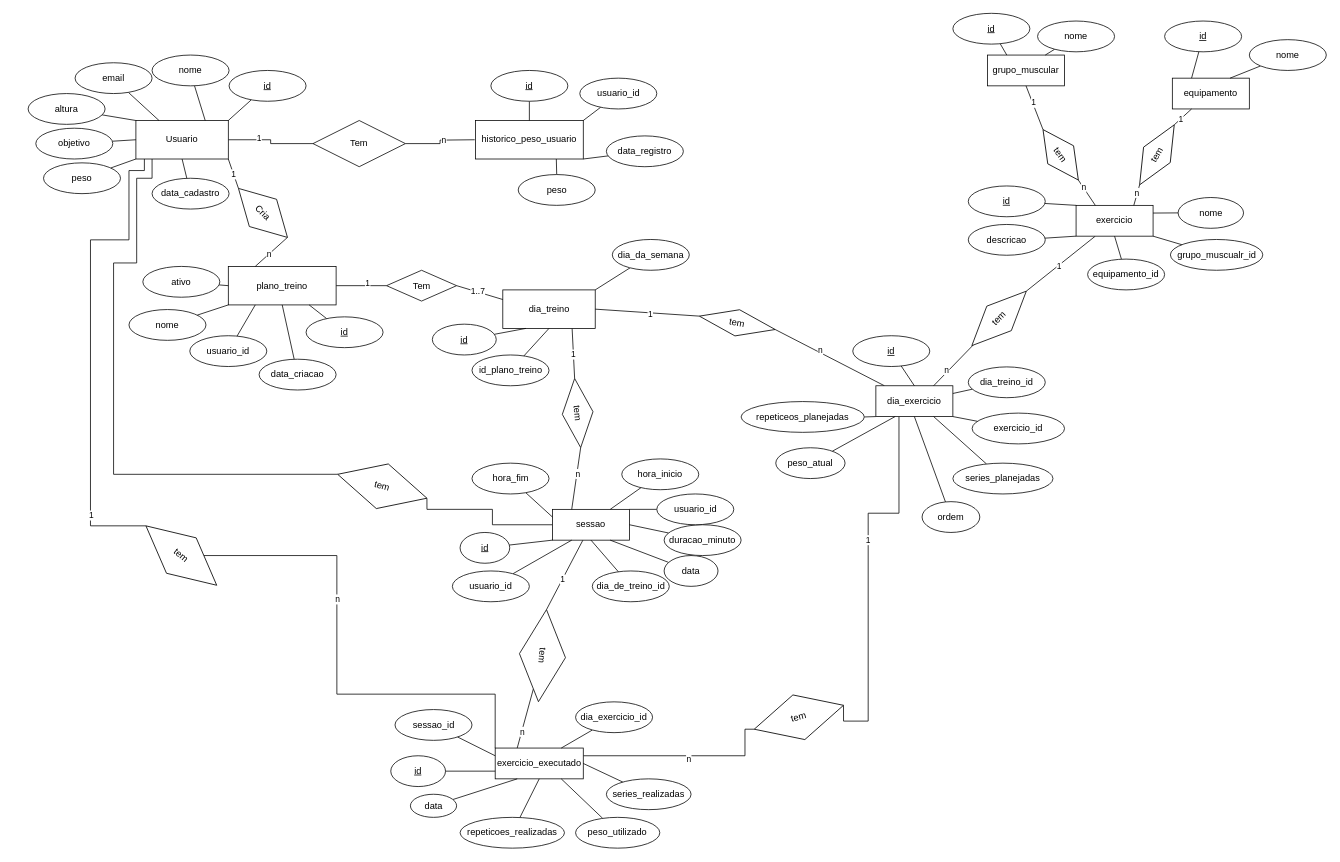
Before: docs/DER_GYMTRACKER.DRAWIO in SergioCostaczr/gymtracker-ambiente-dados, a draw.io diagram. Source tidied: cells renumbered, new cells numbered last; positions are measured from the earlier drawing's top-left corner, leaving out a move shared by most shapes. Both pictures are drawn from the tidied source at 77%, with x=0, y=0 at pixel (28, 13).
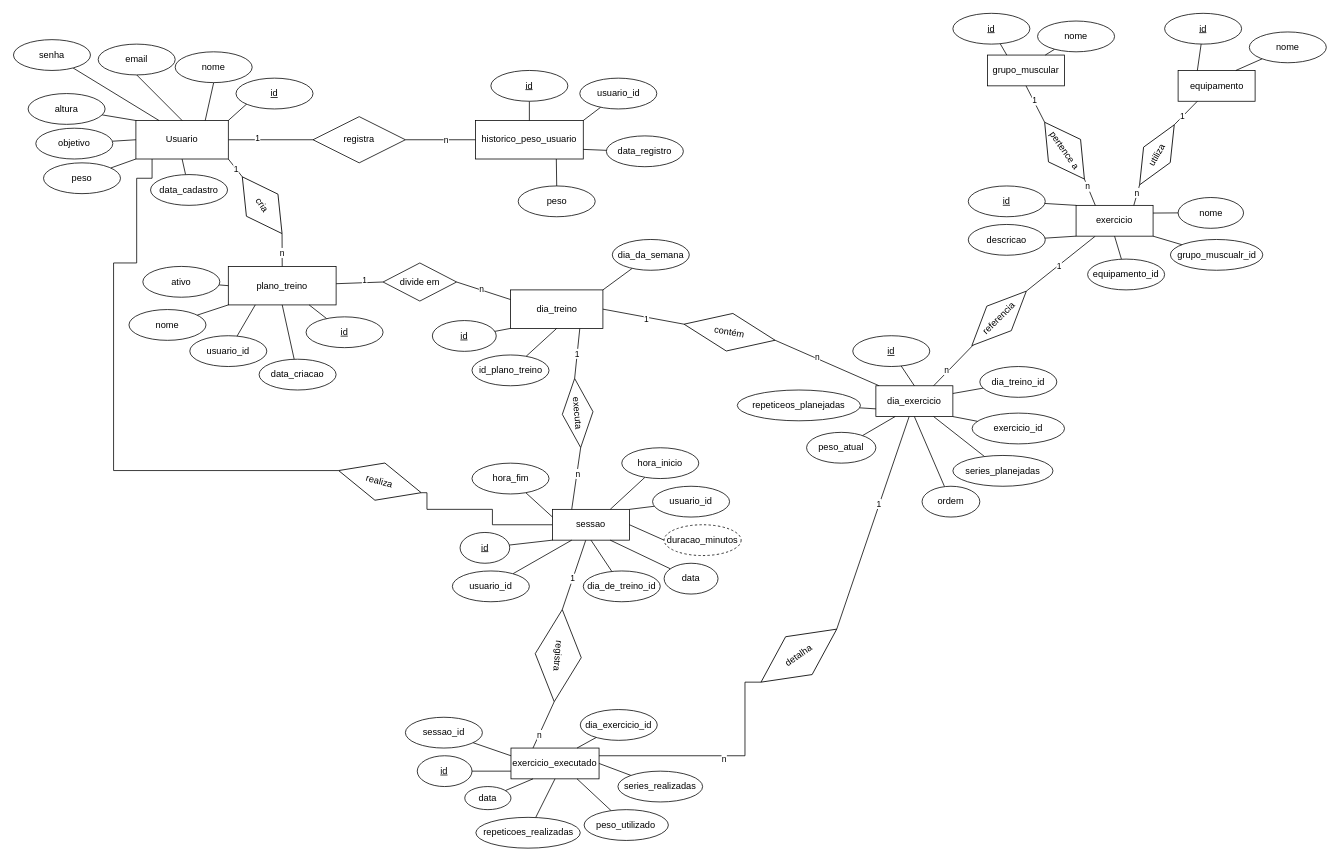
After the change.

Commit message (it also covers changes not shown here):
fix: corrije atributos e nome dos relacionamentos no diagrama DER

The change refers to these unchanged cells:
```xml
<mxCell id="7" value="Usuario" style="whiteSpace=wrap;html=1;align=center;" parent="1" vertex="1">
  <mxGeometry x="140" y="139" width="120" height="50" as="geometry" />
</mxCell>
<mxCell id="20" value="historico_peso_usuario" style="whiteSpace=wrap;html=1;align=center;" parent="1" vertex="1">
  <mxGeometry x="581" y="139" width="140" height="50" as="geometry" />
</mxCell>
<mxCell id="30" value="data_registro" style="ellipse;whiteSpace=wrap;html=1;align=center;" parent="1" vertex="1">
  <mxGeometry x="751" y="159" width="100" height="40" as="geometry" />
</mxCell>
<mxCell id="36" value="plano_treino" style="whiteSpace=wrap;html=1;align=center;" parent="1" vertex="1">
  <mxGeometry x="260" y="328.5" width="140" height="50" as="geometry" />
</mxCell>
<mxCell id="61" style="rounded=0;jettySize=auto;html=1;entryX=0;entryY=0.25;entryDx=0;entryDy=0;endArrow=none;endFill=0;exitX=1;exitY=0.5;exitDx=0;exitDy=0;" parent="1" edge="1" source="63" target="54">
  <mxGeometry relative="1" as="geometry" />
</mxCell>
<mxCell id="91" value="dia_exercicio" style="whiteSpace=wrap;html=1;align=center;" parent="1" vertex="1">
  <mxGeometry x="1101" y="483.5" width="100" height="40" as="geometry" />
</mxCell>
<mxCell id="125" value="sessao" style="whiteSpace=wrap;html=1;align=center;" parent="1" vertex="1">
  <mxGeometry x="681" y="644" width="100" height="40" as="geometry" />
</mxCell>
```

Change to the diagram source:
```diff
@@
-    <mxCell id="4" style="edgeStyle=orthogonalEdgeStyle;rounded=0;jettySize=auto;html=1;entryX=0;entryY=0.5;entryDx=0;entryDy=0;endArrow=none;endFill=0;" parent="1" edge="1" source="7" target="167">
-      <mxGeometry relative="1" as="geometry">
-        <Array as="points">
-          <mxPoint x="151" y="204" />
-          <mxPoint x="131" y="204" />
-          <mxPoint x="131" y="294" />
-          <mxPoint x="81" y="294" />
-          <mxPoint x="81" y="665" />
-        </Array>
-      </mxGeometry>
-    </mxCell>
-    <mxCell id="5" value="1" style="edgeLabel;html=1;align=center;verticalAlign=middle;" parent="4" vertex="1">
-      <mxGeometry x="0.72" relative="1" as="geometry" />
-    </mxCell>
     <mxCell id="6" style="edgeStyle=orthogonalEdgeStyle;rounded=0;jettySize=auto;html=1;entryX=0;entryY=0.5;entryDx=0;entryDy=0;endArrow=none;endFill=0;" parent="1" edge="1" source="7" target="169">
       <mxGeometry relative="1" as="geometry">
         <Array as="points">
           <mxPoint x="161" y="214" />
           <mxPoint x="141" y="214" />
           <mxPoint x="141" y="324" />
           <mxPoint x="111" y="324" />
-          <mxPoint x="111" y="599" />
+          <mxPoint x="111" y="594" />
+          <mxPoint x="403" y="594" />
         </Array>
       </mxGeometry>
     </mxCell>
@@
-    <mxCell id="8" style="rounded=0;jettySize=auto;html=1;entryX=0.75;entryY=0;entryDx=0;entryDy=0;endArrow=none;endFill=0;" parent="1" edge="1" target="7">
-      <mxGeometry relative="1" as="geometry">
-        <mxPoint x="216.1" y="93.9" as="sourcePoint" />
-      </mxGeometry>
+    <mxCell id="8" style="rounded=0;jettySize=auto;html=1;entryX=0.75;entryY=0;entryDx=0;entryDy=0;endArrow=none;endFill=0;exitX=0.5;exitY=1;exitDx=0;exitDy=0;" parent="1" edge="1" source="9" target="7">
+      <mxGeometry relative="1" as="geometry" />
     </mxCell>
     <mxCell id="9" value="nome" style="ellipse;whiteSpace=wrap;html=1;align=center;" parent="1" vertex="1">
-      <mxGeometry x="161" y="54" width="100" height="40" as="geometry" />
+      <mxGeometry x="191" y="49.8" width="100" height="40" as="geometry" />
     </mxCell>
-    <mxCell id="10" style="rounded=0;jettySize=auto;html=1;entryX=0.25;entryY=0;entryDx=0;entryDy=0;endArrow=none;endFill=0;" parent="1" edge="1" target="7">
-      <mxGeometry relative="1" as="geometry">
-        <mxPoint x="130" y="102.3" as="sourcePoint" />
-      </mxGeometry>
+    <mxCell id="10" style="rounded=0;jettySize=auto;html=1;entryX=0.5;entryY=0;entryDx=0;entryDy=0;endArrow=none;endFill=0;exitX=0.5;exitY=1;exitDx=0;exitDy=0;" parent="1" edge="1" source="11" target="7">
+      <mxGeometry relative="1" as="geometry" />
     </mxCell>
     <mxCell id="11" value="email" style="ellipse;whiteSpace=wrap;html=1;align=center;" parent="1" vertex="1">
-      <mxGeometry x="61" y="64" width="100" height="40" as="geometry" />
+      <mxGeometry x="91" y="39.8" width="100" height="40" as="geometry" />
     </mxCell>
@@
     <mxCell id="15" value="id" style="ellipse;whiteSpace=wrap;html=1;align=center;fontStyle=4;" parent="1" vertex="1">
-      <mxGeometry x="261" y="74" width="100" height="40" as="geometry" />
+      <mxGeometry x="270" y="84" width="100" height="40" as="geometry" />
     </mxCell>
@@
     <mxCell id="26" value="data_cadastro" style="ellipse;whiteSpace=wrap;html=1;align=center;" parent="1" vertex="1">
-      <mxGeometry x="161" y="214" width="100" height="40" as="geometry" />
+      <mxGeometry x="159" y="209.2" width="100" height="40" as="geometry" />
     </mxCell>
@@
     <mxCell id="28" value="peso" style="ellipse;whiteSpace=wrap;html=1;align=center;" parent="1" vertex="1">
-      <mxGeometry x="636.5" y="209.2" width="100" height="40" as="geometry" />
+      <mxGeometry x="636.5" y="224" width="100" height="40" as="geometry" />
     </mxCell>
-    <mxCell id="29" style="rounded=0;jettySize=auto;html=1;entryX=1;entryY=1;entryDx=0;entryDy=0;endArrow=none;endFill=0;" parent="1" edge="1" source="30" target="20">
+    <mxCell id="29" style="rounded=0;jettySize=auto;html=1;entryX=1;entryY=0.75;entryDx=0;entryDy=0;endArrow=none;endFill=0;" parent="1" edge="1" source="30" target="20">
       <mxGeometry relative="1" as="geometry" />
     </mxCell>
@@
-    <mxCell id="31" style="edgeStyle=orthogonalEdgeStyle;rounded=0;jettySize=auto;html=1;entryX=0;entryY=0.5;entryDx=0;entryDy=0;endArrow=none;endFill=0;" parent="1" edge="1" source="33">
-      <mxGeometry relative="1" as="geometry">
-        <mxPoint x="580" y="164" as="targetPoint" />
-      </mxGeometry>
+    <mxCell id="31" style="edgeStyle=orthogonalEdgeStyle;rounded=0;jettySize=auto;html=1;entryX=0;entryY=0.5;entryDx=0;entryDy=0;endArrow=none;endFill=0;" parent="1" edge="1" source="33" target="20">
+      <mxGeometry relative="1" as="geometry" />
     </mxCell>
@@
-    <mxCell id="33" value="Tem" style="shape=rhombus;perimeter=rhombusPerimeter;whiteSpace=wrap;html=1;align=center;" parent="1" vertex="1">
-      <mxGeometry x="370" y="139" width="120" height="60" as="geometry" />
+    <mxCell id="33" value="registra" style="shape=rhombus;perimeter=rhombusPerimeter;whiteSpace=wrap;html=1;align=center;" parent="1" vertex="1">
+      <mxGeometry x="370" y="134" width="120" height="60" as="geometry" />
     </mxCell>
@@
-    <mxCell id="47" style="rounded=0;jettySize=auto;html=1;exitX=1;exitY=0.5;exitDx=0;exitDy=0;entryX=0.25;entryY=0;entryDx=0;entryDy=0;endArrow=none;endFill=0;" parent="1" edge="1" source="51" target="36">
+    <mxCell id="47" style="rounded=0;jettySize=auto;html=1;exitX=1;exitY=0.5;exitDx=0;exitDy=0;entryX=0.5;entryY=0;entryDx=0;entryDy=0;endArrow=none;endFill=0;" parent="1" edge="1" source="51" target="36">
       <mxGeometry relative="1" as="geometry" />
     </mxCell>
@@
-    <mxCell id="51" value="Cria" style="shape=rhombus;perimeter=rhombusPerimeter;whiteSpace=wrap;html=1;align=center;rotation=45;" parent="1" vertex="1">
-      <mxGeometry x="260" y="234" width="90" height="50" as="geometry" />
+    <mxCell id="51" value="cria" style="shape=rhombus;perimeter=rhombusPerimeter;whiteSpace=wrap;html=1;align=center;rotation=55;" parent="1" vertex="1">
+      <mxGeometry x="259" y="224" width="90" height="50" as="geometry" />
     </mxCell>
@@
     <mxCell id="54" value="dia_treino" style="whiteSpace=wrap;html=1;align=center;" parent="1" vertex="1">
-      <mxGeometry x="616.5" y="359" width="120" height="50" as="geometry" />
+      <mxGeometry x="626.5" y="359" width="120" height="50" as="geometry" />
     </mxCell>
-    <mxCell id="55" style="rounded=0;jettySize=auto;html=1;entryX=0.25;entryY=1;entryDx=0;entryDy=0;endArrow=none;endFill=0;" parent="1" edge="1" source="56" target="54">
+    <mxCell id="55" style="rounded=0;jettySize=auto;html=1;entryX=0;entryY=1;entryDx=0;entryDy=0;endArrow=none;endFill=0;" parent="1" edge="1" source="56" target="54">
       <mxGeometry relative="1" as="geometry" />
     </mxCell>
     <mxCell id="56" value="id" style="ellipse;whiteSpace=wrap;html=1;align=center;fontStyle=4;" parent="1" vertex="1">
-      <mxGeometry x="525" y="403.5" width="83" height="40" as="geometry" />
+      <mxGeometry x="525" y="398.8" width="83" height="40" as="geometry" />
     </mxCell>
@@
-    <mxCell id="62" value="1..7" style="edgeLabel;html=1;align=center;verticalAlign=middle;" parent="61" vertex="1">
+    <mxCell id="62" value="n" style="edgeLabel;html=1;align=center;verticalAlign=middle;" parent="61" vertex="1">
       <mxGeometry x="-0.1" y="1" relative="1" as="geometry" />
     </mxCell>
-    <mxCell id="63" value="Tem" style="shape=rhombus;perimeter=rhombusPerimeter;whiteSpace=wrap;html=1;align=center;" parent="1" vertex="1">
-      <mxGeometry x="465.5" y="333.5" width="91" height="40" as="geometry" />
+    <mxCell id="63" value="divide em" style="shape=rhombus;perimeter=rhombusPerimeter;whiteSpace=wrap;html=1;align=center;" parent="1" vertex="1">
+      <mxGeometry x="461" y="324" width="95.5" height="49.5" as="geometry" />
     </mxCell>
@@
     <mxCell id="69" value="equipamento" style="whiteSpace=wrap;html=1;align=center;" parent="1" vertex="1">
-      <mxGeometry x="1486" y="84" width="100" height="40" as="geometry" />
+      <mxGeometry x="1493.5" y="74" width="100" height="40" as="geometry" />
     </mxCell>
@@
     <mxCell id="71" value="id" style="ellipse;whiteSpace=wrap;html=1;align=center;fontStyle=4;" parent="1" vertex="1">
-      <mxGeometry x="1476" y="9.8" width="100" height="40" as="geometry" />
+      <mxGeometry x="1476" y="-0.2" width="100" height="40" as="geometry" />
     </mxCell>
@@
     <mxCell id="73" value="nome" style="ellipse;whiteSpace=wrap;html=1;align=center;" parent="1" vertex="1">
-      <mxGeometry x="1586" y="34" width="100" height="40" as="geometry" />
+      <mxGeometry x="1586" y="24" width="100" height="40" as="geometry" />
     </mxCell>
@@
-    <mxCell id="89" style="edgeStyle=orthogonalEdgeStyle;rounded=0;jettySize=auto;html=1;entryX=1;entryY=0.5;entryDx=0;entryDy=0;endArrow=none;endFill=0;" parent="1" edge="1" source="91" target="168">
-      <mxGeometry relative="1" as="geometry">
-        <Array as="points">
-          <mxPoint x="1131" y="649" />
-          <mxPoint x="1091" y="649" />
-          <mxPoint x="1091" y="919" />
-        </Array>
-      </mxGeometry>
+    <mxCell id="89" style="rounded=0;jettySize=auto;html=1;entryX=1;entryY=0.5;entryDx=0;entryDy=0;endArrow=none;endFill=0;" parent="1" edge="1" source="91" target="168">
+      <mxGeometry relative="1" as="geometry" />
     </mxCell>
@@
     <mxCell id="95" value="dia_treino_id" style="ellipse;whiteSpace=wrap;html=1;align=center;" parent="1" vertex="1">
-      <mxGeometry x="1221" y="459" width="100" height="40" as="geometry" />
+      <mxGeometry x="1236" y="458.5" width="100" height="40" as="geometry" />
     </mxCell>
@@
     <mxCell id="99" value="series_planejadas" style="ellipse;whiteSpace=wrap;html=1;align=center;" parent="1" vertex="1">
-      <mxGeometry x="1201" y="584" width="130" height="40" as="geometry" />
+      <mxGeometry x="1201" y="574" width="130" height="40" as="geometry" />
     </mxCell>
-    <mxCell id="100" style="rounded=0;jettySize=auto;html=1;entryX=0;entryY=1;entryDx=0;entryDy=0;endArrow=none;endFill=0;" parent="1" edge="1" source="101" target="91">
+    <mxCell id="100" style="rounded=0;jettySize=auto;html=1;entryX=0;entryY=0.75;entryDx=0;entryDy=0;endArrow=none;endFill=0;" parent="1" edge="1" source="101" target="91">
       <mxGeometry relative="1" as="geometry" />
     </mxCell>
     <mxCell id="101" value="repeticeos_planejadas" style="ellipse;whiteSpace=wrap;html=1;align=center;" parent="1" vertex="1">
-      <mxGeometry x="926" y="504" width="160" height="40" as="geometry" />
+      <mxGeometry x="921" y="489" width="160" height="40" as="geometry" />
     </mxCell>
@@
     <mxCell id="103" value="peso_atual" style="ellipse;whiteSpace=wrap;html=1;align=center;" parent="1" vertex="1">
-      <mxGeometry x="971" y="564" width="90" height="40" as="geometry" />
+      <mxGeometry x="1011" y="544" width="90" height="40" as="geometry" />
     </mxCell>
@@
     <mxCell id="105" value="ordem" style="ellipse;whiteSpace=wrap;html=1;align=center;" parent="1" vertex="1">
-      <mxGeometry x="1161" y="634" width="75" height="40" as="geometry" />
+      <mxGeometry x="1161" y="614" width="75" height="40" as="geometry" />
     </mxCell>
@@
-    <mxCell id="110" value="tem" style="shape=rhombus;perimeter=rhombusPerimeter;whiteSpace=wrap;html=1;align=center;rotation=55;" parent="1" vertex="1">
-      <mxGeometry x="1301" y="163.1" width="80" height="40.9" as="geometry" />
+    <mxCell id="110" value="pertence a" style="shape=rhombus;perimeter=rhombusPerimeter;whiteSpace=wrap;html=1;align=center;rotation=55;" parent="1" vertex="1">
+      <mxGeometry x="1301" y="152.7" width="90" height="50.9" as="geometry" />
     </mxCell>
@@
-    <mxCell id="115" value="tem" style="shape=rhombus;perimeter=rhombusPerimeter;whiteSpace=wrap;html=1;align=center;rotation=-60;" parent="1" vertex="1">
+    <mxCell id="115" value="utiliza" style="shape=rhombus;perimeter=rhombusPerimeter;whiteSpace=wrap;html=1;align=center;rotation=-60;" parent="1" vertex="1">
       <mxGeometry x="1421" y="163.6" width="90" height="40" as="geometry" />
     </mxCell>
@@
-    <mxCell id="118" value="tem" style="shape=rhombus;perimeter=rhombusPerimeter;whiteSpace=wrap;html=1;align=center;rotation=-45;" parent="1" vertex="1">
+    <mxCell id="118" value="referencia" style="shape=rhombus;perimeter=rhombusPerimeter;whiteSpace=wrap;html=1;align=center;rotation=-45;" parent="1" vertex="1">
       <mxGeometry x="1211" y="373.5" width="100" height="45" as="geometry" />
     </mxCell>
@@
-    <mxCell id="121" value="tem" style="shape=rhombus;perimeter=rhombusPerimeter;whiteSpace=wrap;html=1;align=center;rotation=10;" parent="1" vertex="1">
-      <mxGeometry x="871" y="384.5" width="100" height="34.5" as="geometry" />
+    <mxCell id="121" value="contém" style="shape=rhombus;perimeter=rhombusPerimeter;whiteSpace=wrap;html=1;align=center;rotation=10;" parent="1" vertex="1">
+      <mxGeometry x="851" y="389.2" width="120" height="49.5" as="geometry" />
     </mxCell>
@@
     <mxCell id="131" value="dia_de_treino_id" style="ellipse;whiteSpace=wrap;html=1;align=center;" parent="1" vertex="1">
-      <mxGeometry x="732.7" y="724" width="100" height="40" as="geometry" />
+      <mxGeometry x="721" y="724" width="100" height="40" as="geometry" />
     </mxCell>
@@
     <mxCell id="133" value="data" style="ellipse;whiteSpace=wrap;html=1;align=center;" parent="1" vertex="1">
-      <mxGeometry x="826" y="704" width="70" height="40" as="geometry" />
+      <mxGeometry x="826" y="714" width="70" height="40" as="geometry" />
     </mxCell>
@@
     <mxCell id="135" value="hora_inicio" style="ellipse;whiteSpace=wrap;html=1;align=center;" parent="1" vertex="1">
-      <mxGeometry x="771" y="578.5" width="100" height="40" as="geometry" />
+      <mxGeometry x="771" y="564" width="100" height="40" as="geometry" />
     </mxCell>
@@
-    <mxCell id="138" style="rounded=0;jettySize=auto;html=1;entryX=1;entryY=0.5;entryDx=0;entryDy=0;endArrow=none;endFill=0;" parent="1" edge="1" source="139" target="125">
+    <mxCell id="138" style="rounded=0;jettySize=auto;html=1;entryX=1;entryY=0.5;entryDx=0;entryDy=0;endArrow=none;endFill=0;exitX=0;exitY=0.5;exitDx=0;exitDy=0;" parent="1" edge="1" source="170" target="125">
       <mxGeometry relative="1" as="geometry" />
     </mxCell>
-    <mxCell id="139" value="duracao_minuto" style="ellipse;whiteSpace=wrap;html=1;align=center;" parent="1" vertex="1">
-      <mxGeometry x="826" y="664" width="100" height="40" as="geometry" />
-    </mxCell>
@@
     <mxCell id="141" value="usuario_id" style="ellipse;whiteSpace=wrap;html=1;align=center;" parent="1" vertex="1">
-      <mxGeometry x="816.5" y="624" width="100" height="40" as="geometry" />
+      <mxGeometry x="811" y="614" width="100" height="40" as="geometry" />
     </mxCell>
@@
-    <mxCell id="144" value="tem" style="shape=rhombus;perimeter=rhombusPerimeter;whiteSpace=wrap;html=1;align=center;rotation=85;" parent="1" vertex="1">
+    <mxCell id="144" value="executa" style="shape=rhombus;perimeter=rhombusPerimeter;whiteSpace=wrap;html=1;align=center;rotation=85;" parent="1" vertex="1">
       <mxGeometry x="668.7" y="498.9" width="90" height="40" as="geometry" />
     </mxCell>
     <mxCell id="145" style="edgeStyle=orthogonalEdgeStyle;rounded=0;jettySize=auto;html=1;entryX=0;entryY=0.5;entryDx=0;entryDy=0;endArrow=none;endFill=0;" parent="1" edge="1" source="147" target="168">
       <mxGeometry relative="1" as="geometry">
         <Array as="points">
           <mxPoint x="931" y="964" />
-          <mxPoint x="931" y="930" />
+          <mxPoint x="931" y="868" />
         </Array>
       </mxGeometry>
     </mxCell>
@@
     <mxCell id="147" value="exercicio_executado" style="whiteSpace=wrap;html=1;align=center;" parent="1" vertex="1">
-      <mxGeometry x="606.6" y="954" width="114.4" height="40" as="geometry" />
+      <mxGeometry x="627.1" y="954" width="114.4" height="40" as="geometry" />
     </mxCell>
@@
     <mxCell id="149" value="&lt;u&gt;id&lt;/u&gt;" style="ellipse;whiteSpace=wrap;html=1;align=center;" parent="1" vertex="1">
-      <mxGeometry x="471" y="964" width="71.1" height="40" as="geometry" />
+      <mxGeometry x="505.4" y="964" width="71.1" height="40" as="geometry" />
     </mxCell>
@@
     <mxCell id="151" value="data" style="ellipse;whiteSpace=wrap;html=1;align=center;" parent="1" vertex="1">
-      <mxGeometry x="496.5" y="1014" width="60" height="30" as="geometry" />
+      <mxGeometry x="567.1" y="1004" width="60" height="30" as="geometry" />
     </mxCell>
@@
     <mxCell id="153" value="repeticoes_realizadas" style="ellipse;whiteSpace=wrap;html=1;align=center;" parent="1" vertex="1">
-      <mxGeometry x="561" y="1044" width="135.6" height="40" as="geometry" />
+      <mxGeometry x="581.5" y="1044" width="135.6" height="40" as="geometry" />
     </mxCell>
@@
     <mxCell id="155" value="peso_utilizado" style="ellipse;whiteSpace=wrap;html=1;align=center;" parent="1" vertex="1">
-      <mxGeometry x="711" y="1044" width="109.4" height="40" as="geometry" />
+      <mxGeometry x="722.1" y="1034" width="109.4" height="40" as="geometry" />
     </mxCell>
@@
     <mxCell id="157" value="dia_exercicio_id" style="ellipse;whiteSpace=wrap;html=1;align=center;" parent="1" vertex="1">
-      <mxGeometry x="711" y="894" width="100" height="40" as="geometry" />
+      <mxGeometry x="717.1" y="904" width="100" height="40" as="geometry" />
     </mxCell>
@@
     <mxCell id="159" value="sessao_id" style="ellipse;whiteSpace=wrap;html=1;align=center;" parent="1" vertex="1">
-      <mxGeometry x="476.5" y="904" width="100" height="40" as="geometry" />
+      <mxGeometry x="490" y="914" width="100" height="40" as="geometry" />
     </mxCell>
@@
     <mxCell id="161" value="series_realizadas" style="ellipse;whiteSpace=wrap;html=1;align=center;" parent="1" vertex="1">
-      <mxGeometry x="751" y="994" width="110" height="40" as="geometry" />
+      <mxGeometry x="766" y="984" width="110" height="40" as="geometry" />
     </mxCell>
-    <mxCell id="162" style="rounded=0;jettySize=auto;html=1;entryX=0.25;entryY=0;entryDx=0;entryDy=0;endArrow=none;endFill=0;" parent="1" edge="1" source="164" target="147">
+    <mxCell id="162" style="rounded=0;jettySize=auto;html=1;entryX=0.25;entryY=0;entryDx=0;entryDy=0;endArrow=none;endFill=0;exitX=1;exitY=0.5;exitDx=0;exitDy=0;" parent="1" edge="1" source="164" target="147">
       <mxGeometry relative="1" as="geometry" />
     </mxCell>
@@
-    <mxCell id="164" value="tem" style="shape=rhombus;perimeter=rhombusPerimeter;whiteSpace=wrap;html=1;align=center;rotation=95;" parent="1" vertex="1">
-      <mxGeometry x="608" y="804" width="120" height="60" as="geometry" />
+    <mxCell id="164" value="registra" style="shape=rhombus;perimeter=rhombusPerimeter;whiteSpace=wrap;html=1;align=center;rotation=95;" parent="1" vertex="1">
+      <mxGeometry x="628.5" y="804" width="120" height="60" as="geometry" />
     </mxCell>
-    <mxCell id="165" style="edgeStyle=orthogonalEdgeStyle;rounded=0;jettySize=auto;html=1;entryX=0;entryY=0;entryDx=0;entryDy=0;endArrow=none;endFill=0;" parent="1" edge="1" source="167" target="147">
-      <mxGeometry relative="1" as="geometry">
-        <Array as="points">
-          <mxPoint x="401" y="704" />
-          <mxPoint x="401" y="884" />
-          <mxPoint x="607" y="884" />
-        </Array>
-      </mxGeometry>
-    </mxCell>
-    <mxCell id="166" value="n" style="edgeLabel;html=1;align=center;verticalAlign=middle;" parent="165" vertex="1">
-      <mxGeometry x="-0.27" relative="1" as="geometry" />
-    </mxCell>
-    <mxCell id="167" value="tem" style="shape=rhombus;perimeter=rhombusPerimeter;whiteSpace=wrap;html=1;align=center;rotation=40;" parent="1" vertex="1">
-      <mxGeometry x="139" y="674" width="120" height="60" as="geometry" />
-    </mxCell>
-    <mxCell id="168" value="tem" style="shape=rhombus;perimeter=rhombusPerimeter;whiteSpace=wrap;html=1;align=center;rotation=-15;" parent="1" vertex="1">
-      <mxGeometry x="941" y="884" width="120" height="60" as="geometry" />
+    <mxCell id="168" value="detalha" style="shape=rhombus;perimeter=rhombusPerimeter;whiteSpace=wrap;html=1;align=center;rotation=-35;" parent="1" vertex="1">
+      <mxGeometry x="941" y="804" width="120" height="60" as="geometry" />
     </mxCell>
-    <mxCell id="169" value="tem" style="shape=rhombus;perimeter=rhombusPerimeter;whiteSpace=wrap;html=1;align=center;rotation=15;" parent="1" vertex="1">
-      <mxGeometry x="400" y="584" width="120" height="60" as="geometry" />
+    <mxCell id="169" value="realiza" style="shape=rhombus;perimeter=rhombusPerimeter;whiteSpace=wrap;html=1;align=center;rotation=15;" parent="1" vertex="1">
+      <mxGeometry x="401.4" y="583" width="111" height="50" as="geometry" />
     </mxCell>
+    <mxCell id="170" value="duracao_minutos" style="ellipse;whiteSpace=wrap;html=1;align=center;dashed=1;" parent="1" vertex="1">
+      <mxGeometry x="826" y="664" width="100" height="40" as="geometry" />
+    </mxCell>
+    <mxCell id="171" style="rounded=0;jettySize=auto;html=1;entryX=0.25;entryY=0;entryDx=0;entryDy=0;endArrow=none;endFill=0;" parent="1" edge="1" source="172" target="7">
+      <mxGeometry relative="1" as="geometry" />
+    </mxCell>
+    <mxCell id="172" value="senha" style="ellipse;whiteSpace=wrap;html=1;align=center;" parent="1" vertex="1">
+      <mxGeometry x="-19" y="34" width="100" height="40" as="geometry" />
+    </mxCell>
```
